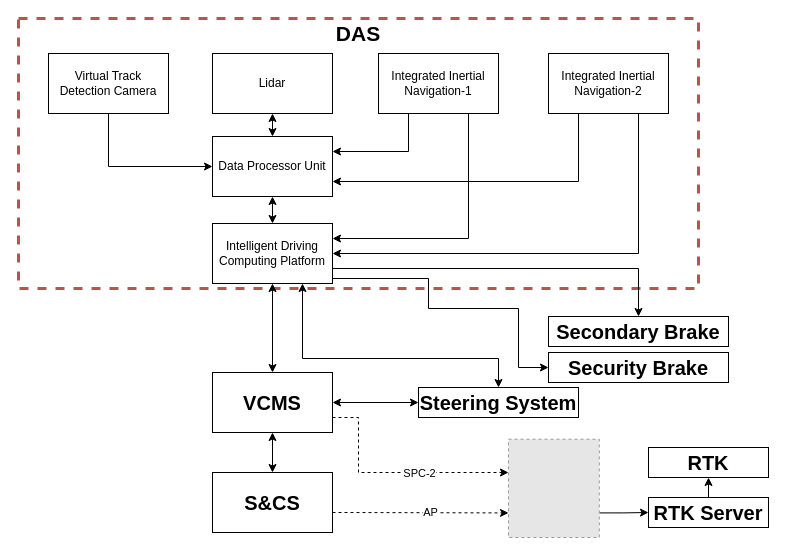
This is Untitled Diagram.drawio from FrankWong-cs/SharingwithColleagues, a draw.io file, before an edit. Source tidied: cells renumbered, new cells numbered last; positions are measured from the earlier drawing's top-left corner, leaving out a move shared by most shapes. Both pictures are drawn from the tidied source at 100%, with x=0, y=0 at pixel (18, 18). Pictures stored in the file or linked from it are replaced by grey dashed boxes.
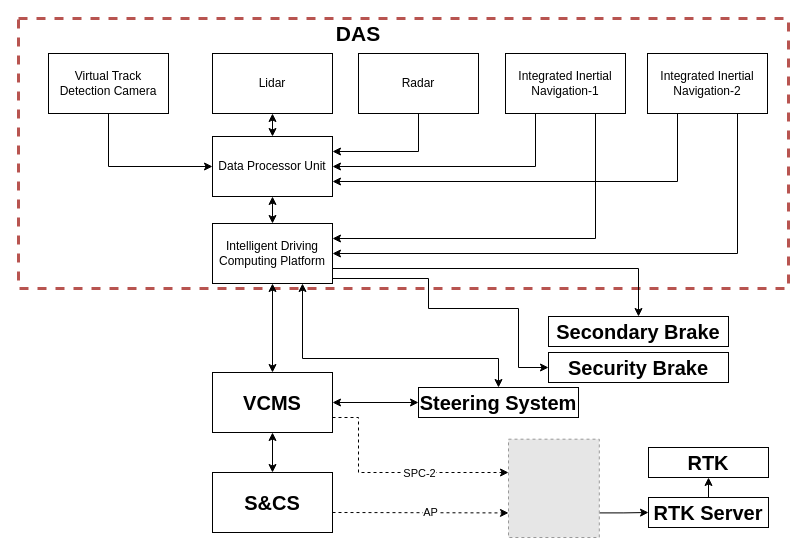
Above is the later version.

Commit message:
FDR用图-系统框图.drawio

Unchanged cells that the change refers to:
```xml
<mxCell id="14" value="Data Processor Unit" style="rounded=0;whiteSpace=wrap;html=1;" parent="1" vertex="1">
  <mxGeometry x="194" y="118" width="120" height="60" as="geometry" />
</mxCell>
```

Diff of the diagram source:
```diff
@@
     <mxCell id="2" style="rounded=0;whiteSpace=wrap;html=1;fillColor=none;strokeWidth=3;strokeColor=#b85450;dashed=1;" parent="1" vertex="1">
-      <mxGeometry width="680" height="270" as="geometry" />
+      <mxGeometry width="770" height="270" as="geometry" />
     </mxCell>
@@
-    <mxCell id="7" style="edgeStyle=orthogonalEdgeStyle;rounded=0;jettySize=auto;html=1;exitX=0.25;exitY=1;exitDx=0;exitDy=0;entryX=1;entryY=0.25;entryDx=0;entryDy=0;" parent="1" edge="1" source="9" target="14">
+    <mxCell id="7" style="edgeStyle=orthogonalEdgeStyle;rounded=0;jettySize=auto;html=1;exitX=0.25;exitY=1;exitDx=0;exitDy=0;entryX=1;entryY=0.5;entryDx=0;entryDy=0;" parent="1" edge="1" source="9" target="14">
       <mxGeometry relative="1" as="geometry" />
     </mxCell>
@@
     <mxCell id="9" value="Integrated Inertial&lt;br&gt;Navigation-1" style="rounded=0;whiteSpace=wrap;html=1;" parent="1" vertex="1">
-      <mxGeometry x="360" y="35" width="120" height="60" as="geometry" />
+      <mxGeometry x="487" y="35" width="120" height="60" as="geometry" />
     </mxCell>
@@
     <mxCell id="12" value="Integrated Inertial&lt;br style=&quot;border-color: var(--border-color);&quot;&gt;Navigation-2" style="rounded=0;whiteSpace=wrap;html=1;" parent="1" vertex="1">
-      <mxGeometry x="530" y="35" width="120" height="60" as="geometry" />
+      <mxGeometry x="629" y="35" width="120" height="60" as="geometry" />
     </mxCell>
@@
+    <mxCell id="37" style="edgeStyle=orthogonalEdgeStyle;rounded=0;jettySize=auto;html=1;exitX=0.5;exitY=1;exitDx=0;exitDy=0;entryX=1;entryY=0.25;entryDx=0;entryDy=0;" parent="1" edge="1" source="38" target="14">
+      <mxGeometry relative="1" as="geometry" />
+    </mxCell>
+    <mxCell id="38" value="Radar" style="rounded=0;whiteSpace=wrap;html=1;" parent="1" vertex="1">
+      <mxGeometry x="340" y="35" width="120" height="60" as="geometry" />
+    </mxCell>
```
